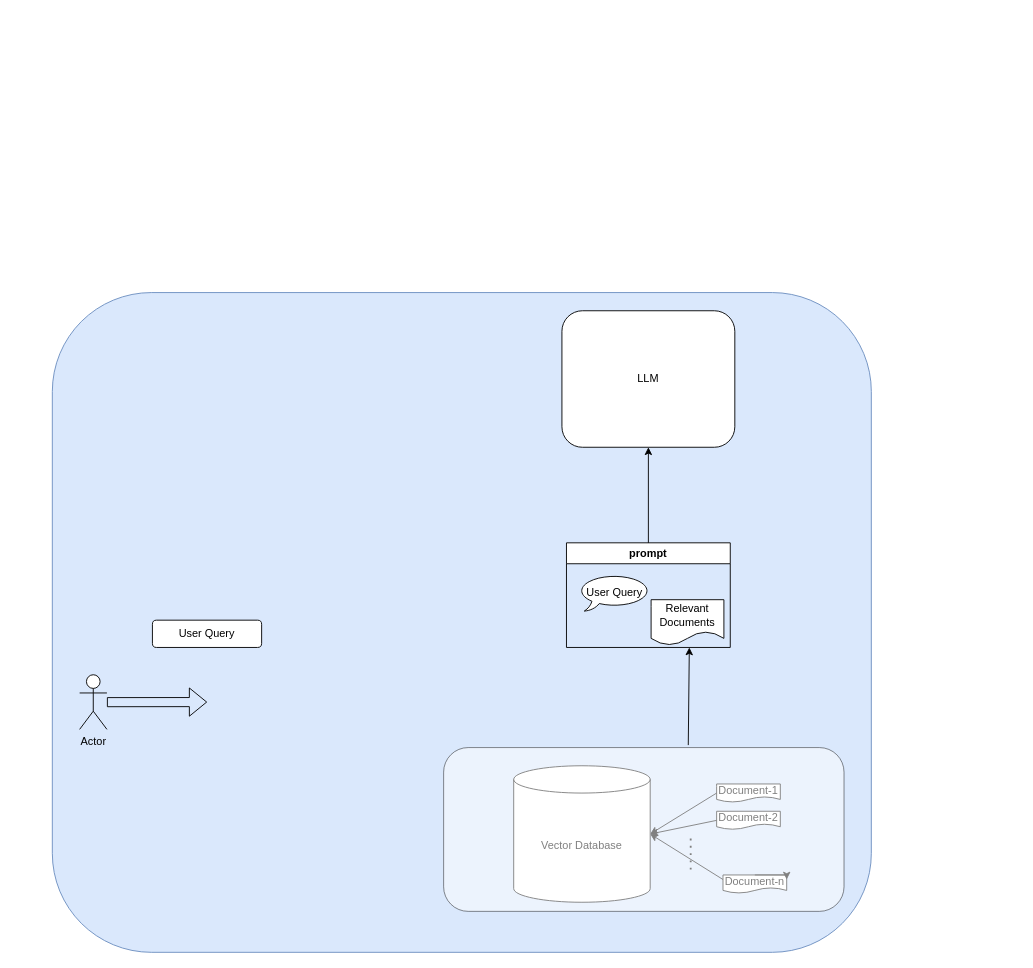
The draw.io diagram Architecture.drawio in lakshmikanthgr/DocumentScanner_RAG_on_GoogleCoalab, before the edit. Source tidied: cells renumbered, new cells numbered last; positions are measured from the earlier drawing's top-left corner, leaving out a move shared by most shapes. Both pictures are drawn from the tidied source at 91%, with x=0, y=0 at pixel (52, 292).
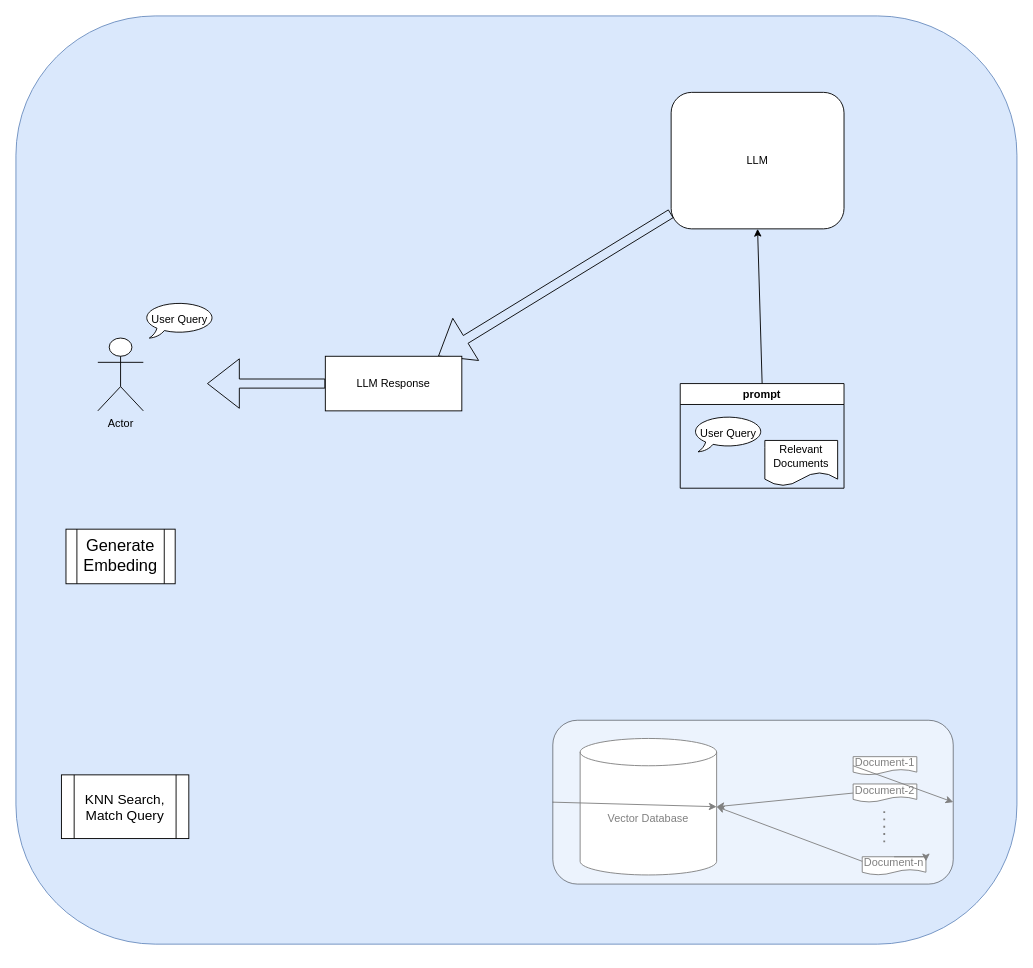
The same page after the edit.

What changed in the source:
```diff
@@
     <mxCell id="2" style="rounded=1;whiteSpace=wrap;html=1;fillColor=#dae8fc;strokeColor=#6c8ebf;" parent="1" vertex="1">
-      <mxGeometry width="900" height="725" as="geometry" />
+      <mxGeometry x="-40" y="-304" width="1100" height="1020" as="geometry" />
     </mxCell>
     <mxCell id="3" value="Vector Database" style="shape=cylinder3;whiteSpace=wrap;html=1;boundedLbl=1;backgroundOutline=1;size=15;" parent="1" vertex="1">
-      <mxGeometry x="507" y="520" width="150" height="150" as="geometry" />
+      <mxGeometry x="580" y="490" width="150" height="150" as="geometry" />
     </mxCell>
-    <mxCell id="4" style="shape=flexArrow;endArrow=classic;html=1;rounded=0;entryX=0.682;entryY=0.243;entryDx=0;entryDy=0;entryPerimeter=0;" parent="1" edge="1">
+    <mxCell id="4" style="shape=flexArrow;endArrow=classic;html=1;rounded=0;endWidth=43.333333333333336;endSize=11.333333333333334;" parent="1" edge="1" source="23">
       <mxGeometry relative="1" as="geometry">
-        <mxPoint x="60" y="450.1" as="sourcePoint" />
-        <mxPoint x="170.1" y="450" as="targetPoint" />
+        <mxPoint x="170" y="100" as="targetPoint" />
       </mxGeometry>
     </mxCell>
     <mxCell id="5" value="Document-1" style="shape=document;whiteSpace=wrap;html=1;boundedLbl=1;" parent="1" vertex="1">
-      <mxGeometry x="730" y="540" width="70" height="20" as="geometry" />
+      <mxGeometry x="880" y="510" width="70" height="20" as="geometry" />
     </mxCell>
     <mxCell id="6" value="Document-n" style="shape=document;whiteSpace=wrap;html=1;boundedLbl=1;" parent="1" vertex="1">
-      <mxGeometry x="737" y="640" width="70" height="20" as="geometry" />
+      <mxGeometry x="890" y="620" width="70" height="20" as="geometry" />
     </mxCell>
@@
     <mxCell id="8" style="endArrow=none;dashed=1;html=1;dashPattern=1 3;strokeWidth=2;rounded=0;exitX=0.429;exitY=0.5;exitDx=0;exitDy=0;exitPerimeter=0;" parent="1" edge="1">
       <mxGeometry relative="1" as="geometry">
-        <mxPoint x="701.5" y="600" as="sourcePoint" />
-        <mxPoint x="701.5" y="640" as="targetPoint" />
+        <mxPoint x="914.2" y="570" as="sourcePoint" />
+        <mxPoint x="914.2" y="610" as="targetPoint" />
       </mxGeometry>
     </mxCell>
     <mxCell id="9" value="Document-2" style="shape=document;whiteSpace=wrap;html=1;boundedLbl=1;" parent="1" vertex="1">
-      <mxGeometry x="730" y="570" width="70" height="20" as="geometry" />
+      <mxGeometry x="880" y="540" width="70" height="20" as="geometry" />
     </mxCell>
@@
-    <mxCell id="11" style="endArrow=classic;html=1;rounded=0;exitX=0;exitY=0.5;exitDx=0;exitDy=0;exitPerimeter=0;entryX=1;entryY=0.5;entryDx=0;entryDy=0;entryPerimeter=0;" parent="1" edge="1" source="5" target="3">
+    <mxCell id="11" style="endArrow=classic;html=1;rounded=0;exitX=0;exitY=0.5;exitDx=0;exitDy=0;exitPerimeter=0;entryX=1;entryY=0.5;entryDx=0;entryDy=0;entryPerimeter=0;" parent="1" edge="1" source="20" target="3">
       <mxGeometry relative="1" as="geometry" />
     </mxCell>
@@
     <mxCell id="13" value="LLM" style="rounded=1;whiteSpace=wrap;html=1;" parent="1" vertex="1">
-      <mxGeometry x="560" y="20" width="190" height="150" as="geometry" />
+      <mxGeometry x="680" y="-220" width="190" height="150" as="geometry" />
     </mxCell>
     <mxCell id="14" value="Actor" style="shape=umlActor;verticalLabelPosition=bottom;verticalAlign=top;html=1;" parent="1" vertex="1">
-      <mxGeometry x="30" y="420" width="30" height="60" as="geometry" />
+      <mxGeometry x="50" y="50" width="50" height="80" as="geometry" />
     </mxCell>
     <mxCell id="15" value="prompt" style="swimlane;whiteSpace=wrap;html=1;" parent="1" vertex="1">
-      <mxGeometry x="565" y="275" width="180" height="115" as="geometry" />
+      <mxGeometry x="690" y="100" width="180" height="115" as="geometry" />
     </mxCell>
@@
+    <mxCell id="19" style="endArrow=classic;html=1;rounded=0;exitX=0.5;exitY=0;exitDx=0;exitDy=0;entryX=0.5;entryY=1;entryDx=0;entryDy=0;" parent="1" edge="1" source="15" target="13">
+      <mxGeometry relative="1" as="geometry" />
+    </mxCell>
-    <mxCell id="18" value="User Query" style="rounded=1;whiteSpace=wrap;html=1;" parent="1" vertex="1">
-      <mxGeometry x="110" y="360" width="120" height="30" as="geometry" />
+    <mxCell id="18" value="User Query" style="whiteSpace=wrap;html=1;shape=mxgraph.basic.oval_callout;" parent="1" vertex="1">
+      <mxGeometry x="100" y="10" width="80" height="40" as="geometry" />
     </mxCell>
-    <mxCell id="19" style="endArrow=classic;html=1;rounded=0;exitX=0.5;exitY=0;exitDx=0;exitDy=0;entryX=0.5;entryY=1;entryDx=0;entryDy=0;" parent="1" edge="1" source="15" target="13">
-      <mxGeometry relative="1" as="geometry" />
-    </mxCell>
+    <mxCell id="22" style="shape=flexArrow;endArrow=classic;html=1;rounded=0;endWidth=43.333333333333336;endSize=11.333333333333334;" parent="1" edge="1" source="13" target="23">
+      <mxGeometry relative="1" as="geometry" />
+    </mxCell>
+    <mxCell id="23" value="LLM Response" style="rounded=0;whiteSpace=wrap;html=1;" parent="1" vertex="1">
+      <mxGeometry x="300" y="70" width="150" height="60" as="geometry" />
+    </mxCell>
+    <mxCell id="24" value="&lt;font style=&quot;font-size: 18px;&quot;&gt;Generate Embeding&lt;/font&gt;" style="shape=process;whiteSpace=wrap;html=1;backgroundOutline=1;" parent="1" vertex="1">
+      <mxGeometry x="15" y="260" width="120" height="60" as="geometry" />
+    </mxCell>
+    <mxCell id="25" value="&lt;font style=&quot;font-size: 15px;&quot;&gt;KNN Search,&lt;/font&gt;&lt;div style=&quot;font-size: 15px;&quot;&gt;&lt;font style=&quot;font-size: 15px;&quot;&gt;Match Query&lt;/font&gt;&lt;/div&gt;" style="shape=process;whiteSpace=wrap;html=1;backgroundOutline=1;" parent="1" vertex="1">
+      <mxGeometry x="10" y="530" width="140" height="70" as="geometry" />
+    </mxCell>
+    <mxCell id="26" style="endArrow=classic;html=1;rounded=0;exitX=0;exitY=0.5;exitDx=0;exitDy=0;exitPerimeter=0;entryX=1;entryY=0.5;entryDx=0;entryDy=0;entryPerimeter=0;" parent="1" edge="1" source="5" target="20">
+      <mxGeometry relative="1" as="geometry" />
+    </mxCell>
     <mxCell id="20" style="rounded=1;whiteSpace=wrap;html=1;opacity=50;" parent="1" vertex="1">
-      <mxGeometry x="430" y="500" width="440" height="180" as="geometry" />
+      <mxGeometry x="550" y="470" width="440" height="180" as="geometry" />
     </mxCell>
-    <mxCell id="21" style="endArrow=classic;html=1;rounded=0;exitX=0.611;exitY=-0.015;exitDx=0;exitDy=0;exitPerimeter=0;" parent="1" edge="1" source="20">
-      <mxGeometry relative="1" as="geometry">
-        <mxPoint x="700" y="390" as="targetPoint" />
-      </mxGeometry>
-    </mxCell>
```
